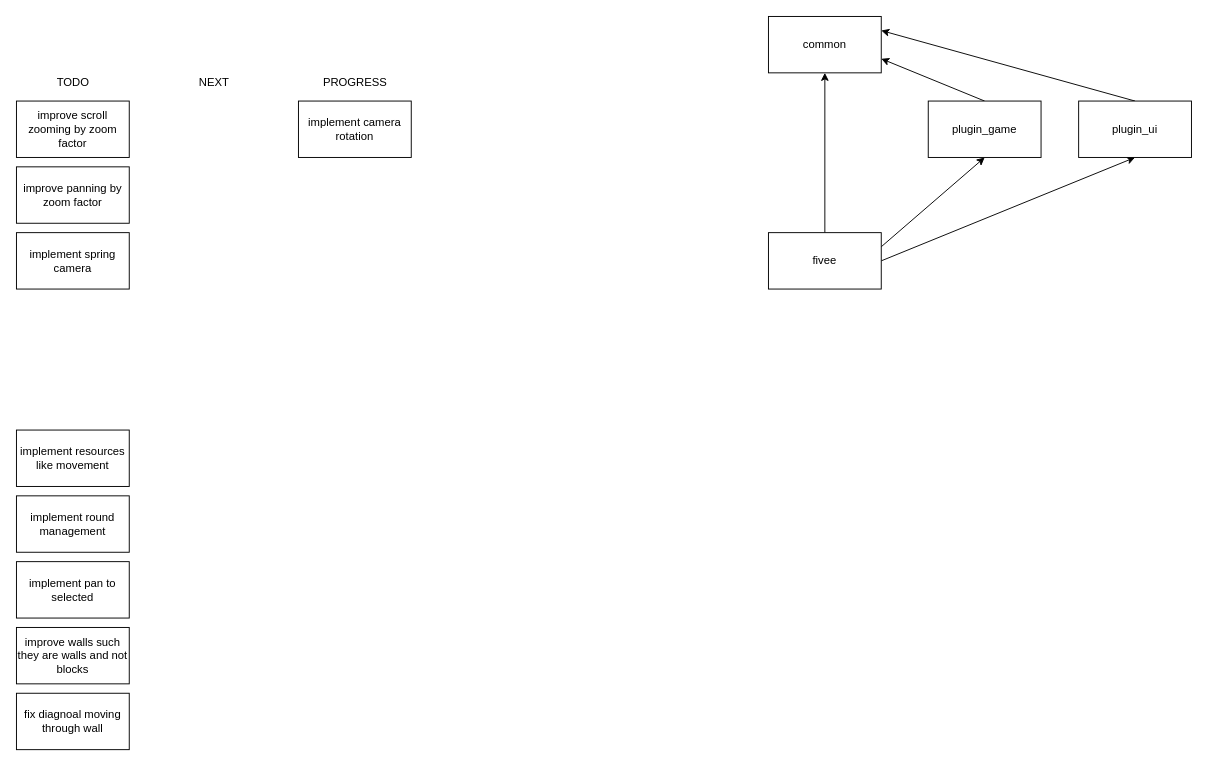
This is .drawio from horup/fivee, a draw.io file, before an edit. Source tidied: cells renumbered, new cells numbered last; positions are measured from the earlier drawing's top-left corner, leaving out a move shared by most shapes. Both pictures are drawn from the tidied source at 94%, with x=0, y=0 at pixel (16, 16).
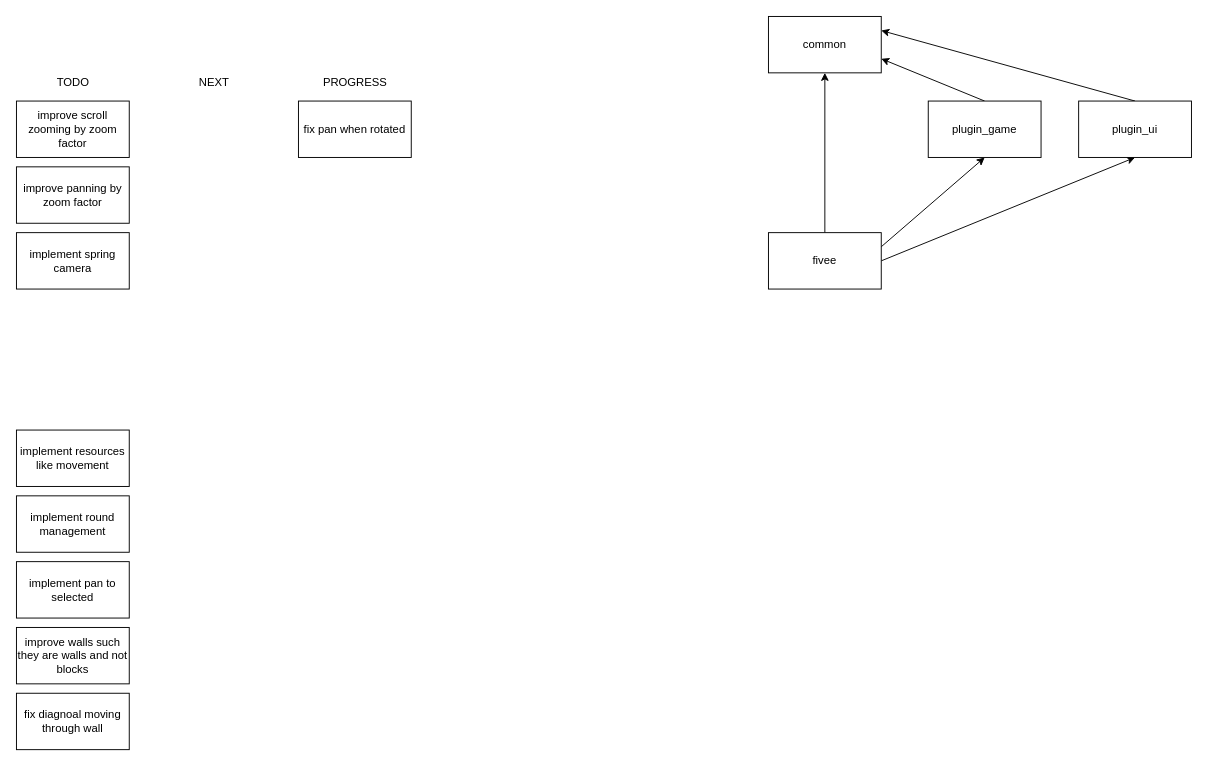
The same page after the edit.

Diff of the diagram source:
```diff
@@
-    <mxCell id="16" value="implement camera rotation" style="rounded=0;whiteSpace=wrap;html=1;" parent="1" vertex="1">
-      <mxGeometry x="300" y="90" width="120" height="60" as="geometry" />
-    </mxCell>
@@
+    <mxCell id="23" value="fix pan when rotated" style="rounded=0;whiteSpace=wrap;html=1;" parent="1" vertex="1">
+      <mxGeometry x="300" y="90" width="120" height="60" as="geometry" />
+    </mxCell>
```
